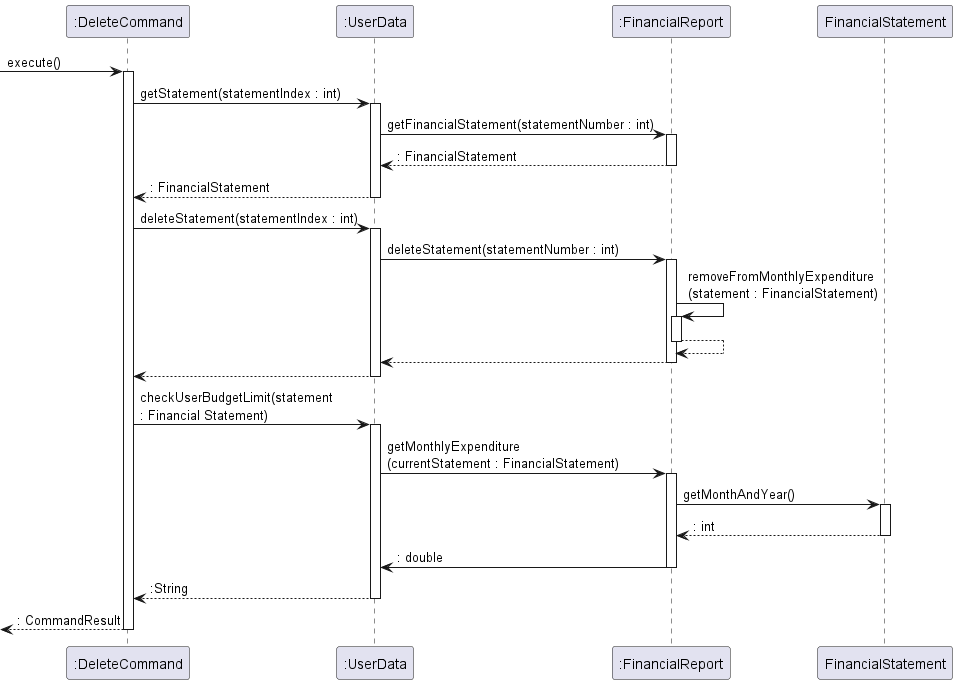
Earlier version of the PlantUML export docs/images/DeveloperGuide/DeleteCommandSequenceDiagram.png (nus-cs2113-AY2223S2/tp). Its source is kept beside it as docs/diagrams/DeleteCommandSequenceDiagram.puml.
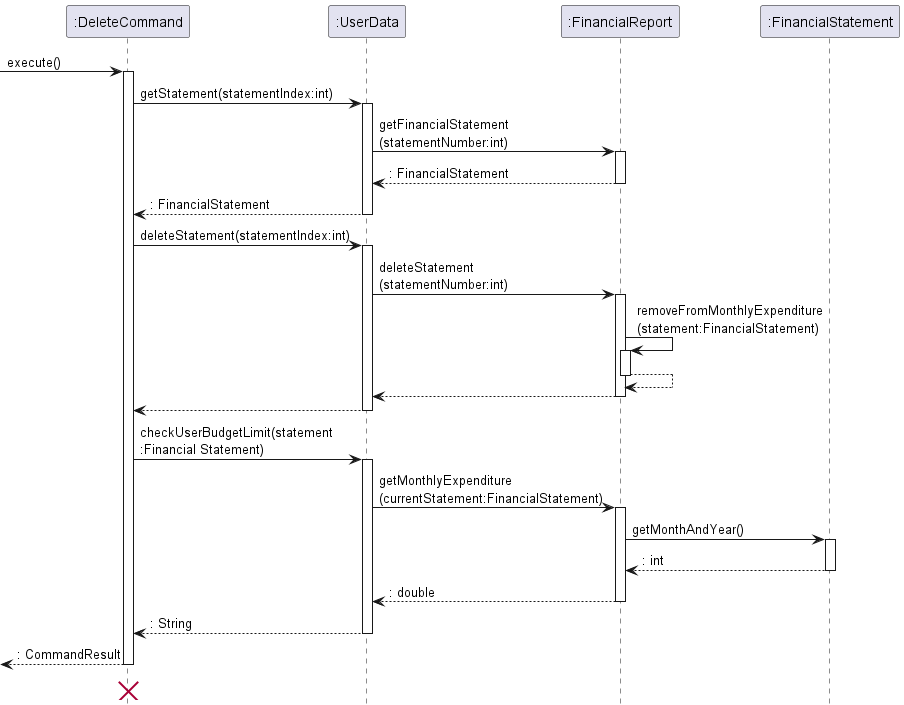
The same file after the commit.

The edit, as a diff of the source:
```diff
@@ -2,14 +2,15 @@
 participant ":DeleteCommand" as DeleteCommand
 participant ":UserData" as UserData
 participant ":FinancialReport" as FinancialReport
+participant ":FinancialStatement" as FinancialStatement
 
 [-> DeleteCommand : execute()
 activate DeleteCommand
 
-DeleteCommand -> UserData : getStatement(statementIndex : int)
+DeleteCommand -> UserData : getStatement(statementIndex:int)
 activate UserData
 
-UserData -> FinancialReport : getFinancialStatement(statementNumber : int)
+UserData -> FinancialReport : getFinancialStatement\n(statementNumber:int)
 activate FinancialReport
 
 FinancialReport --> UserData : : FinancialStatement
@@ -18,13 +19,13 @@
 UserData --> DeleteCommand : : FinancialStatement
 deactivate UserData
 
-DeleteCommand -> UserData : deleteStatement(statementIndex : int)
+DeleteCommand -> UserData : deleteStatement(statementIndex:int)
 activate UserData
 
-UserData -> FinancialReport : deleteStatement(statementNumber : int)
+UserData -> FinancialReport : deleteStatement\n(statementNumber:int)
 activate FinancialReport
 
-FinancialReport -> FinancialReport : removeFromMonthlyExpenditure\n(statement : FinancialStatement)
+FinancialReport -> FinancialReport : removeFromMonthlyExpenditure\n(statement:FinancialStatement)
 activate FinancialReport
 
 FinancialReport --> FinancialReport
@@ -36,10 +37,10 @@
 UserData --> DeleteCommand
 deactivate UserData
 
-DeleteCommand -> UserData : checkUserBudgetLimit(statement \n: Financial Statement)
+DeleteCommand -> UserData : checkUserBudgetLimit(statement\n:Financial Statement)
 activate UserData
 
-UserData -> FinancialReport : getMonthlyExpenditure\n(currentStatement : FinancialStatement)
+UserData -> FinancialReport : getMonthlyExpenditure\n(currentStatement:FinancialStatement)
 activate FinancialReport
 
 FinancialReport -> FinancialStatement : getMonthAndYear()
@@ -48,13 +49,16 @@
 FinancialStatement --> FinancialReport : : int
 deactivate FinancialStatement
 
-FinancialReport -> UserData : : double
+FinancialReport --> UserData : : double
 deactivate FinancialReport
 
-UserData --> DeleteCommand : :String
+UserData --> DeleteCommand : : String
 deactivate UserData
+
 
 [<--DeleteCommand : : CommandResult
 deactivate DeleteCommand
+DeleteCommand <-[hidden]- DeleteCommand
+destroy DeleteCommand
 
 @enduml
```
